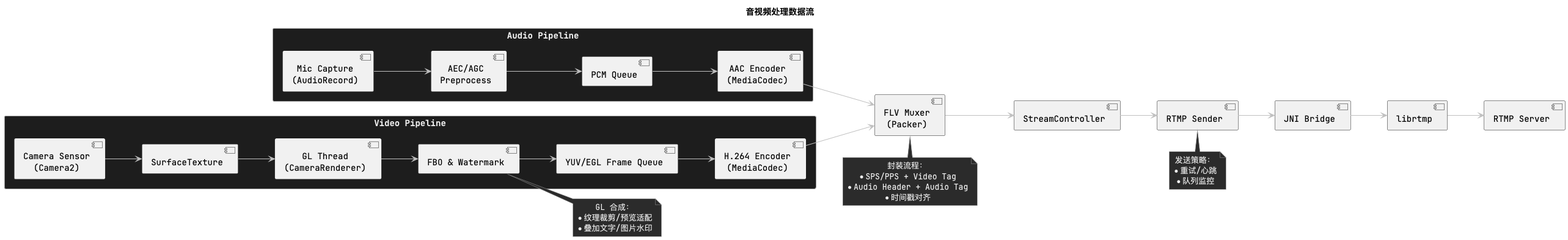
Before: docs/generated/av_dataflow.png, a diagram exported from PlantUML (sunlulu427/MixedStream). Its diagram source:
```plantuml
@startuml
title 音视频处理数据流

left to right direction
skinparam rectangle {
  BackgroundColor #1d1d1d
  BorderColor #999999
  FontColor #f0f0f0
}
skinparam note {
  BackgroundColor #2b2b2b
  BorderColor #999999
  FontColor #f0f0f0
}
skinparam ArrowColor #c0c0c0
skinparam defaultFontName "JetBrains Mono"
skinparam defaultTextAlignment center

rectangle "Audio Pipeline" as Audio {
  [Mic Capture\n(AudioRecord)] --> [AEC/AGC\nPreprocess]
  [AEC/AGC\nPreprocess] --> [PCM Queue]
  [PCM Queue] --> [AAC Encoder\n(MediaCodec)]
}

rectangle "Video Pipeline" as Video {
  [Camera Sensor\n(Camera2)] --> [SurfaceTexture]
  [SurfaceTexture] --> [GL Thread\n(CameraRenderer)]
  [GL Thread\n(CameraRenderer)] --> [FBO & Watermark]
  [FBO & Watermark] --> [YUV/EGL Frame Queue]
  [YUV/EGL Frame Queue] --> [H.264 Encoder\n(MediaCodec)]
}

[AAC Encoder\n(MediaCodec)] --> [FLV Muxer\n(Packer)]
[H.264 Encoder\n(MediaCodec)] --> [FLV Muxer\n(Packer)]

[FLV Muxer\n(Packer)] --> [StreamController]
[StreamController] --> [RTMP Sender]
[RTMP Sender] --> [JNI Bridge]
[JNI Bridge] --> [librtmp]
[librtmp] --> [RTMP Server]

note right of [FBO & Watermark]
GL 合成：
* 纹理裁剪/预览适配
* 叠加文字/图片水印
end note

note bottom of [FLV Muxer\n(Packer)]
封装流程：
* SPS/PPS + Video Tag
* Audio Header + Audio Tag
* 时间戳对齐
end note

note bottom of [RTMP Sender]
发送策略：
* 重试/心跳
* 队列监控
end note

@enduml
```
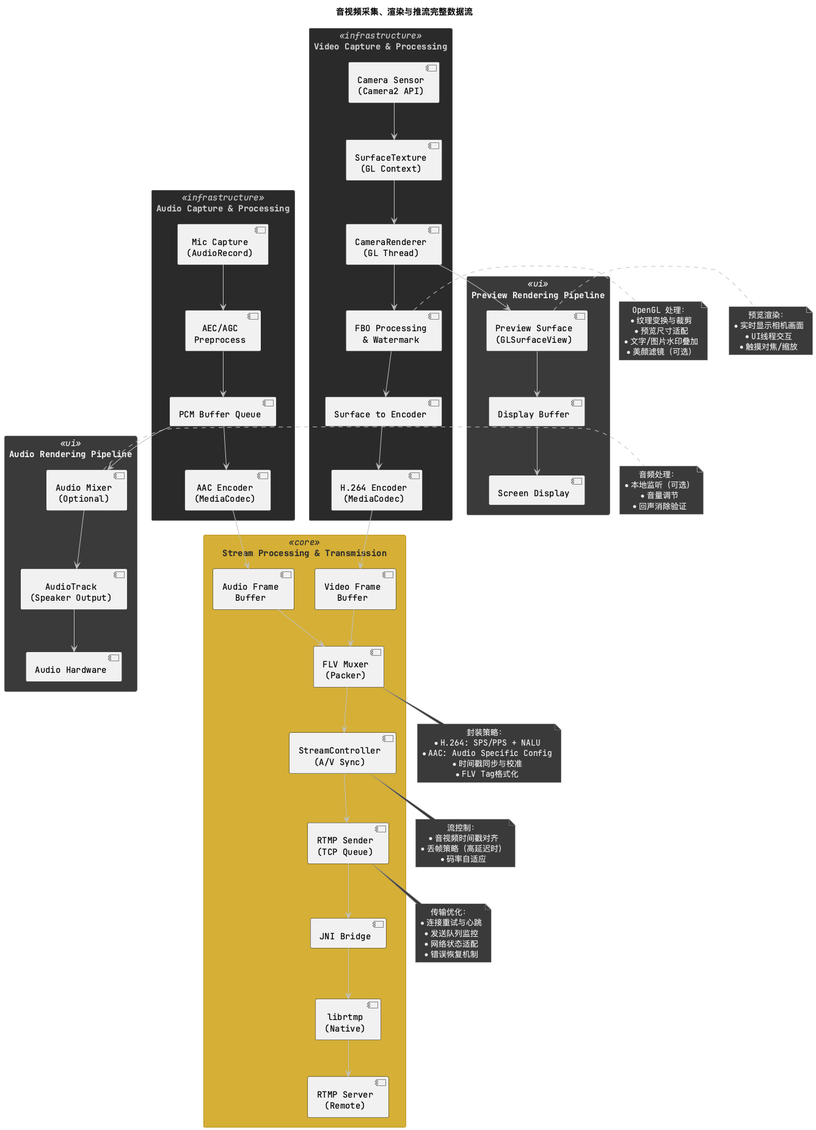
Later version of the same file.

The edit, as a diff of the source:
```diff
@@ -1,61 +1,128 @@
 @startuml
-title 音视频处理数据流
+title 音视频采集、渲染与推流完整数据流
 
-left to right direction
+top to bottom direction
 skinparam rectangle {
-  BackgroundColor #1d1d1d
+  BackgroundColor #2b2b2b
   BorderColor #999999
   FontColor #f0f0f0
 }
 skinparam note {
-  BackgroundColor #2b2b2b
+  BackgroundColor #3a3a3a
   BorderColor #999999
   FontColor #f0f0f0
 }
 skinparam ArrowColor #c0c0c0
+
+skinparam rectangle<<ui>> {
+  BackgroundColor #3a3a3a
+  BorderColor #666666
+  FontColor #f0f0f0
+}
+skinparam rectangle<<control>> {
+  BackgroundColor #4a4a4a
+  BorderColor #777777
+  FontColor #f0f0f0
+}
+skinparam rectangle<<core>> {
+  BackgroundColor #D4AF37
+  BorderColor #B8941F
+  FontColor #2b2b2b
+}
+skinparam rectangle<<infrastructure>> {
+  BackgroundColor #2b2b2b
+  BorderColor #555555
+  FontColor #cccccc
+}
+skinparam rectangle<<external>> {
+  BackgroundColor #333333
+  BorderColor #666666
+  FontColor #aaaaaa
+}
 skinparam defaultFontName "JetBrains Mono"
 skinparam defaultTextAlignment center
 
-rectangle "Audio Pipeline" as Audio {
+rectangle "Audio Capture & Processing" as AudioCapture <<infrastructure>> {
   [Mic Capture\n(AudioRecord)] --> [AEC/AGC\nPreprocess]
-  [AEC/AGC\nPreprocess] --> [PCM Queue]
-  [PCM Queue] --> [AAC Encoder\n(MediaCodec)]
+  [AEC/AGC\nPreprocess] --> [PCM Buffer Queue]
+  [PCM Buffer Queue] --> [AAC Encoder\n(MediaCodec)]
 }
 
-rectangle "Video Pipeline" as Video {
-  [Camera Sensor\n(Camera2)] --> [SurfaceTexture]
-  [SurfaceTexture] --> [GL Thread\n(CameraRenderer)]
-  [GL Thread\n(CameraRenderer)] --> [FBO & Watermark]
-  [FBO & Watermark] --> [YUV/EGL Frame Queue]
-  [YUV/EGL Frame Queue] --> [H.264 Encoder\n(MediaCodec)]
+rectangle "Video Capture & Processing" as VideoCapture <<infrastructure>> {
+  [Camera Sensor\n(Camera2 API)] --> [SurfaceTexture\n(GL Context)]
+  [SurfaceTexture\n(GL Context)] --> [CameraRenderer\n(GL Thread)]
+  [CameraRenderer\n(GL Thread)] --> [FBO Processing\n& Watermark]
+  [FBO Processing\n& Watermark] --> [Surface to Encoder]
+  [Surface to Encoder] --> [H.264 Encoder\n(MediaCodec)]
 }
 
-[AAC Encoder\n(MediaCodec)] --> [FLV Muxer\n(Packer)]
-[H.264 Encoder\n(MediaCodec)] --> [FLV Muxer\n(Packer)]
+rectangle "Preview Rendering Pipeline" as PreviewRender <<ui>> {
+  [CameraRenderer\n(GL Thread)] --> [Preview Surface\n(GLSurfaceView)]
+  [Preview Surface\n(GLSurfaceView)] --> [Display Buffer]
+  [Display Buffer] --> [Screen Display]
+}
 
-[FLV Muxer\n(Packer)] --> [StreamController]
-[StreamController] --> [RTMP Sender]
-[RTMP Sender] --> [JNI Bridge]
-[JNI Bridge] --> [librtmp]
-[librtmp] --> [RTMP Server]
+rectangle "Audio Rendering Pipeline" as AudioRender <<ui>> {
+  [PCM Buffer Queue] --> [Audio Mixer\n(Optional)]
+  [Audio Mixer\n(Optional)] --> [AudioTrack\n(Speaker Output)]
+  [AudioTrack\n(Speaker Output)] --> [Audio Hardware]
+}
 
-note right of [FBO & Watermark]
-GL 合成：
-* 纹理裁剪/预览适配
-* 叠加文字/图片水印
+rectangle "Stream Processing & Transmission" as StreamTx <<core>> {
+  [AAC Encoder\n(MediaCodec)] --> [Audio Frame\nBuffer]
+  [H.264 Encoder\n(MediaCodec)] --> [Video Frame\nBuffer]
+  [Audio Frame\nBuffer] --> [FLV Muxer\n(Packer)]
+  [Video Frame\nBuffer] --> [FLV Muxer\n(Packer)]
+  [FLV Muxer\n(Packer)] --> [StreamController\n(A/V Sync)]
+  [StreamController\n(A/V Sync)] --> [RTMP Sender\n(TCP Queue)]
+  [RTMP Sender\n(TCP Queue)] --> [JNI Bridge]
+  [JNI Bridge] --> [librtmp\n(Native)]
+  [librtmp\n(Native)] --> [RTMP Server\n(Remote)]
+}
+
+note right of [FBO Processing\n& Watermark]
+OpenGL 处理：
+* 纹理变换与裁剪
+* 预览尺寸适配
+* 文字/图片水印叠加
+* 美颜滤镜（可选）
+end note
+
+note right of [Preview Surface\n(GLSurfaceView)]
+预览渲染：
+* 实时显示相机画面
+* UI线程交互
+* 触摸对焦/缩放
+end note
+
+note right of [Audio Mixer\n(Optional)]
+音频处理：
+* 本地监听（可选）
+* 音量调节
+* 回声消除验证
 end note
 
 note bottom of [FLV Muxer\n(Packer)]
-封装流程：
-* SPS/PPS + Video Tag
-* Audio Header + Audio Tag
-* 时间戳对齐
+封装策略：
+* H.264: SPS/PPS + NALU
+* AAC: Audio Specific Config
+* 时间戳同步与校准
+* FLV Tag格式化
 end note
 
-note bottom of [RTMP Sender]
-发送策略：
-* 重试/心跳
-* 队列监控
+note bottom of [StreamController\n(A/V Sync)]
+流控制：
+* 音视频时间戳对齐
+* 丢帧策略（高延迟时）
+* 码率自适应
+end note
+
+note bottom of [RTMP Sender\n(TCP Queue)]
+传输优化：
+* 连接重试与心跳
+* 发送队列监控
+* 网络状态适配
+* 错误恢复机制
 end note
 
 @enduml
```
